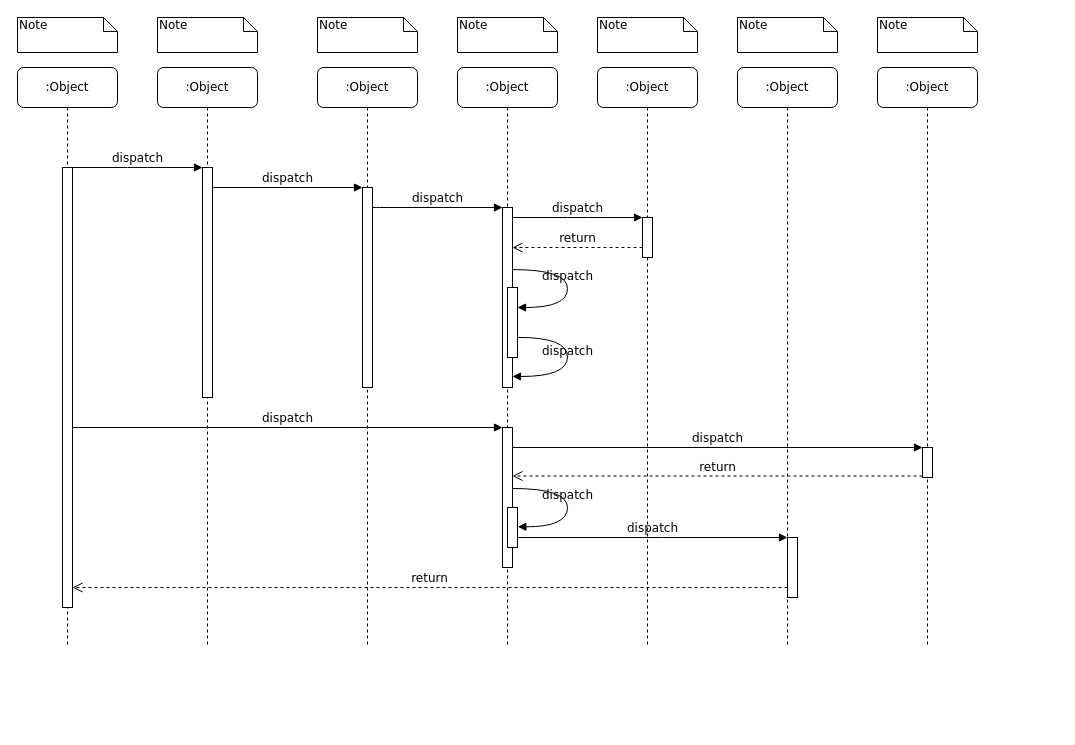
Above: Untitled Diagram.drawio in huunhan312/CodeDiagram (draw.io), before the change. Source tidied: cells renumbered, new cells numbered last; positions are measured from the earlier drawing's top-left corner, leaving out a move shared by most shapes. Both pictures are drawn from the tidied source at 100%, with x=0, y=0 at pixel (17, 17).
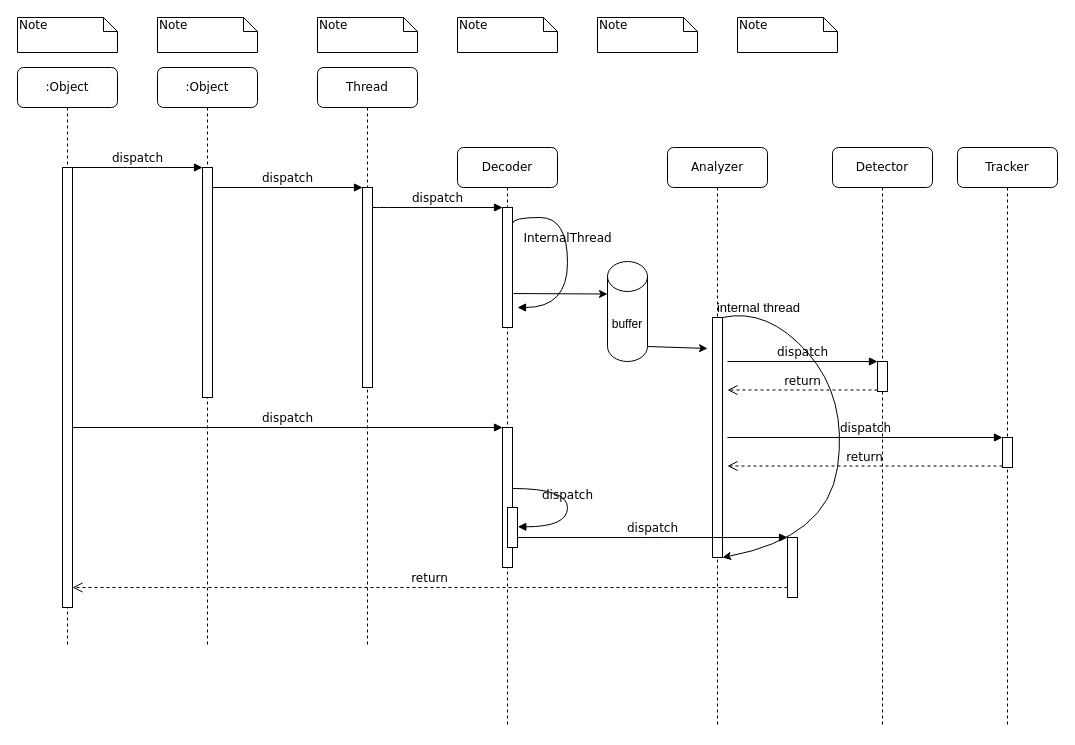
Above is the later version.

The change refers to these unchanged cells:
```xml
<mxCell id="17" style="html=1;points=[];perimeter=orthogonalPerimeter;rounded=0;shadow=0;comic=0;labelBackgroundColor=none;strokeWidth=1;fontFamily=Verdana;fontSize=12;align=center;" parent="1" vertex="1">
  <mxGeometry x="485" y="410" width="10" height="140" as="geometry" />
</mxCell>
```

Change to the diagram source:
```diff
@@
-    <mxCell id="4" value=":Object" style="shape=umlLifeline;perimeter=lifelinePerimeter;whiteSpace=wrap;html=1;rounded=1;shadow=0;comic=0;labelBackgroundColor=none;strokeWidth=1;fontFamily=Verdana;fontSize=12;align=center;" parent="1" vertex="1">
+    <mxCell id="4" value="Thread" style="shape=umlLifeline;perimeter=lifelinePerimeter;whiteSpace=wrap;html=1;rounded=1;shadow=0;comic=0;labelBackgroundColor=none;strokeWidth=1;fontFamily=Verdana;fontSize=12;align=center;" parent="1" vertex="1">
       <mxGeometry x="300" y="50" width="100" height="580" as="geometry" />
     </mxCell>
@@
-    <mxCell id="6" value=":Object" style="shape=umlLifeline;perimeter=lifelinePerimeter;whiteSpace=wrap;html=1;rounded=1;shadow=0;comic=0;labelBackgroundColor=none;strokeWidth=1;fontFamily=Verdana;fontSize=12;align=center;" parent="1" vertex="1">
-      <mxGeometry x="440" y="50" width="100" height="580" as="geometry" />
+    <mxCell id="6" value="Decoder" style="shape=umlLifeline;perimeter=lifelinePerimeter;whiteSpace=wrap;html=1;rounded=1;shadow=0;comic=0;labelBackgroundColor=none;strokeWidth=1;fontFamily=Verdana;fontSize=12;align=center;" parent="1" vertex="1">
+      <mxGeometry x="440" y="130" width="100" height="580" as="geometry" />
     </mxCell>
-    <mxCell id="7" value=":Object" style="shape=umlLifeline;perimeter=lifelinePerimeter;whiteSpace=wrap;html=1;rounded=1;shadow=0;comic=0;labelBackgroundColor=none;strokeWidth=1;fontFamily=Verdana;fontSize=12;align=center;" parent="1" vertex="1">
-      <mxGeometry x="580" y="50" width="100" height="580" as="geometry" />
+    <mxCell id="7" value="Analyzer" style="shape=umlLifeline;perimeter=lifelinePerimeter;whiteSpace=wrap;html=1;rounded=1;shadow=0;comic=0;labelBackgroundColor=none;strokeWidth=1;fontFamily=Verdana;fontSize=12;align=center;" parent="1" vertex="1">
+      <mxGeometry x="650" y="130" width="100" height="580" as="geometry" />
     </mxCell>
+    <mxCell id="39" style="html=1;points=[];perimeter=orthogonalPerimeter;rounded=0;shadow=0;comic=0;labelBackgroundColor=none;strokeWidth=1;fontFamily=Verdana;fontSize=12;align=center;" parent="7" vertex="1">
+      <mxGeometry x="45" y="170" width="10" height="240" as="geometry" />
+    </mxCell>
+    <mxCell id="40" value="&lt;font style=&quot;font-size: 13px&quot;&gt;internal thread&lt;/font&gt;" style="curved=1;endArrow=classic;html=1;entryX=1;entryY=1;entryDx=0;entryDy=0;entryPerimeter=0;labelBackgroundColor=none;" parent="7" edge="1" source="39" target="39">
+      <mxGeometry x="-0.82" y="2" relative="1" as="geometry">
+        <Array as="points">
+          <mxPoint x="100" y="160" />
+          <mxPoint x="180" y="250" />
+          <mxPoint x="160" y="390" />
+        </Array>
+      </mxGeometry>
+    </mxCell>
-    <mxCell id="8" value=":Object" style="shape=umlLifeline;perimeter=lifelinePerimeter;whiteSpace=wrap;html=1;rounded=1;shadow=0;comic=0;labelBackgroundColor=none;strokeWidth=1;fontFamily=Verdana;fontSize=12;align=center;" parent="1" vertex="1">
-      <mxGeometry x="720" y="50" width="100" height="580" as="geometry" />
+    <mxCell id="8" value="Detector" style="shape=umlLifeline;perimeter=lifelinePerimeter;whiteSpace=wrap;html=1;rounded=1;shadow=0;comic=0;labelBackgroundColor=none;strokeWidth=1;fontFamily=Verdana;fontSize=12;align=center;" parent="1" vertex="1">
+      <mxGeometry x="815" y="130" width="100" height="580" as="geometry" />
     </mxCell>
-    <mxCell id="9" value=":Object" style="shape=umlLifeline;perimeter=lifelinePerimeter;whiteSpace=wrap;html=1;rounded=1;shadow=0;comic=0;labelBackgroundColor=none;strokeWidth=1;fontFamily=Verdana;fontSize=12;align=center;" parent="1" vertex="1">
-      <mxGeometry x="860" y="50" width="100" height="580" as="geometry" />
-    </mxCell>
@@
     <mxCell id="12" style="html=1;points=[];perimeter=orthogonalPerimeter;rounded=0;shadow=0;comic=0;labelBackgroundColor=none;strokeWidth=1;fontFamily=Verdana;fontSize=12;align=center;" parent="1" vertex="1">
-      <mxGeometry x="485" y="190" width="10" height="180" as="geometry" />
+      <mxGeometry x="485" y="190" width="10" height="120" as="geometry" />
     </mxCell>
@@
-    <mxCell id="14" style="html=1;points=[];perimeter=orthogonalPerimeter;rounded=0;shadow=0;comic=0;labelBackgroundColor=none;strokeWidth=1;fontFamily=Verdana;fontSize=12;align=center;" parent="1" vertex="1">
-      <mxGeometry x="625" y="200" width="10" height="40" as="geometry" />
-    </mxCell>
-    <mxCell id="15" value="dispatch" style="html=1;verticalAlign=bottom;endArrow=block;entryX=0;entryY=0;labelBackgroundColor=none;fontFamily=Verdana;fontSize=12;edgeStyle=elbowEdgeStyle;elbow=vertical;" parent="1" edge="1" source="12" target="14">
-      <mxGeometry relative="1" as="geometry" />
-    </mxCell>
-    <mxCell id="16" value="return" style="html=1;verticalAlign=bottom;endArrow=open;dashed=1;endSize=8;labelBackgroundColor=none;fontFamily=Verdana;fontSize=12;edgeStyle=elbowEdgeStyle;elbow=vertical;" parent="1" edge="1" source="14" target="12">
-      <mxGeometry relative="1" as="geometry">
-        <Array as="points">
-          <mxPoint x="570" y="230" />
-          <mxPoint x="600" y="230" />
-        </Array>
-      </mxGeometry>
-    </mxCell>
@@
-    <mxCell id="19" style="html=1;points=[];perimeter=orthogonalPerimeter;rounded=0;shadow=0;comic=0;labelBackgroundColor=none;strokeColor=#000000;strokeWidth=1;fillColor=#FFFFFF;fontFamily=Verdana;fontSize=12;fontColor=#000000;align=center;" parent="1" vertex="1">
-      <mxGeometry x="905" y="430" width="10" height="30" as="geometry" />
-    </mxCell>
-    <mxCell id="20" value="dispatch" style="html=1;verticalAlign=bottom;endArrow=block;entryX=0;entryY=0;labelBackgroundColor=none;fontFamily=Verdana;fontSize=12;" parent="1" edge="1" source="17" target="19">
-      <mxGeometry relative="1" as="geometry" />
-    </mxCell>
-    <mxCell id="21" value="return" style="html=1;verticalAlign=bottom;endArrow=open;dashed=1;endSize=8;exitX=0;exitY=0.95;labelBackgroundColor=none;fontFamily=Verdana;fontSize=12;" parent="1" edge="1" source="19" target="17">
-      <mxGeometry relative="1" as="geometry" />
-    </mxCell>
@@
-    <mxCell id="27" style="html=1;points=[];perimeter=orthogonalPerimeter;rounded=0;shadow=0;comic=0;labelBackgroundColor=none;strokeWidth=1;fontFamily=Verdana;fontSize=12;align=center;" parent="1" vertex="1">
-      <mxGeometry x="490" y="270" width="10" height="70" as="geometry" />
-    </mxCell>
-    <mxCell id="28" value="dispatch" style="html=1;verticalAlign=bottom;endArrow=block;labelBackgroundColor=none;fontFamily=Verdana;fontSize=12;elbow=vertical;edgeStyle=orthogonalEdgeStyle;curved=1;entryX=1;entryY=0.286;entryPerimeter=0;exitX=1.038;exitY=0.345;exitPerimeter=0;" parent="1" edge="1" source="12" target="27">
-      <mxGeometry relative="1" as="geometry">
+    <mxCell id="28" value="InternalThread" style="html=1;verticalAlign=bottom;endArrow=block;labelBackgroundColor=none;fontFamily=Verdana;fontSize=12;elbow=vertical;edgeStyle=orthogonalEdgeStyle;curved=1;entryX=1;entryY=0.286;entryPerimeter=0;exitX=1;exitY=0.133;exitPerimeter=0;exitDx=0;exitDy=0;" parent="1" edge="1" source="12">
+      <mxGeometry x="-0.09" relative="1" as="geometry">
+        <mxPoint x="500" y="290" as="targetPoint" />
         <Array as="points">
-          <mxPoint x="550" y="252" />
+          <mxPoint x="495" y="200" />
+          <mxPoint x="550" y="200" />
           <mxPoint x="550" y="290" />
         </Array>
       </mxGeometry>
     </mxCell>
-    <mxCell id="29" value="dispatch" style="html=1;verticalAlign=bottom;endArrow=block;labelBackgroundColor=none;fontFamily=Verdana;fontSize=12;elbow=vertical;edgeStyle=orthogonalEdgeStyle;curved=1;exitX=1.066;exitY=0.713;exitPerimeter=0;" parent="1" edge="1" source="27">
-      <mxGeometry relative="1" as="geometry">
-        <mxPoint x="495" y="359" as="targetPoint" />
-        <Array as="points">
-          <mxPoint x="550" y="320" />
-          <mxPoint x="550" y="359" />
-        </Array>
-      </mxGeometry>
-    </mxCell>
@@
-    <mxCell id="38" value="Note" style="shape=note;whiteSpace=wrap;html=1;size=14;verticalAlign=top;align=left;spacingTop=-6;rounded=0;shadow=0;comic=0;labelBackgroundColor=none;strokeWidth=1;fontFamily=Verdana;fontSize=12;" parent="1" vertex="1">
-      <mxGeometry x="860" width="100" height="35" as="geometry" />
-    </mxCell>
+    <mxCell id="41" value="buffer" style="shape=cylinder3;whiteSpace=wrap;html=1;boundedLbl=1;backgroundOutline=1;size=15;" parent="1" vertex="1">
+      <mxGeometry x="590" y="244" width="40" height="100" as="geometry" />
+    </mxCell>
+    <mxCell id="42" style="endArrow=classic;html=1;labelBackgroundColor=none;entryX=0;entryY=0;entryDx=0;entryDy=32.5;entryPerimeter=0;exitX=1.1;exitY=0.717;exitDx=0;exitDy=0;exitPerimeter=0;" parent="1" edge="1" source="12" target="41">
+      <mxGeometry relative="1" as="geometry" />
+    </mxCell>
+    <mxCell id="43" style="endArrow=classic;html=1;labelBackgroundColor=none;exitX=1;exitY=1;exitDx=0;exitDy=-15;exitPerimeter=0;entryX=-0.5;entryY=0.129;entryDx=0;entryDy=0;entryPerimeter=0;" parent="1" edge="1" source="41" target="39">
+      <mxGeometry relative="1" as="geometry" />
+    </mxCell>
+    <mxCell id="44" style="html=1;points=[];perimeter=orthogonalPerimeter;rounded=0;shadow=0;comic=0;labelBackgroundColor=none;strokeColor=#000000;strokeWidth=1;fillColor=#FFFFFF;fontFamily=Verdana;fontSize=12;fontColor=#000000;align=center;" parent="1" vertex="1">
+      <mxGeometry x="860" y="344" width="10" height="30" as="geometry" />
+    </mxCell>
+    <mxCell id="45" value="dispatch" style="html=1;verticalAlign=bottom;endArrow=block;entryX=0;entryY=0;labelBackgroundColor=none;fontFamily=Verdana;fontSize=12;" parent="1" edge="1" target="44">
+      <mxGeometry relative="1" as="geometry">
+        <mxPoint x="710" y="344" as="sourcePoint" />
+      </mxGeometry>
+    </mxCell>
+    <mxCell id="46" value="return" style="html=1;verticalAlign=bottom;endArrow=open;dashed=1;endSize=8;exitX=0;exitY=0.95;labelBackgroundColor=none;fontFamily=Verdana;fontSize=12;" parent="1" edge="1" source="44">
+      <mxGeometry relative="1" as="geometry">
+        <mxPoint x="710" y="372.5" as="targetPoint" />
+      </mxGeometry>
+    </mxCell>
+    <mxCell id="47" value="dispatch" style="html=1;verticalAlign=bottom;endArrow=block;entryX=0;entryY=0;labelBackgroundColor=none;fontFamily=Verdana;fontSize=12;" parent="1" edge="1" target="50">
+      <mxGeometry relative="1" as="geometry">
+        <mxPoint x="710" y="420" as="sourcePoint" />
+      </mxGeometry>
+    </mxCell>
+    <mxCell id="48" value="return" style="html=1;verticalAlign=bottom;endArrow=open;dashed=1;endSize=8;exitX=0;exitY=0.95;labelBackgroundColor=none;fontFamily=Verdana;fontSize=12;" parent="1" edge="1" source="50">
+      <mxGeometry relative="1" as="geometry">
+        <mxPoint x="710" y="448.5" as="targetPoint" />
+      </mxGeometry>
+    </mxCell>
+    <mxCell id="49" value="Tracker" style="shape=umlLifeline;perimeter=lifelinePerimeter;whiteSpace=wrap;html=1;rounded=1;shadow=0;comic=0;labelBackgroundColor=none;strokeWidth=1;fontFamily=Verdana;fontSize=12;align=center;" parent="1" vertex="1">
+      <mxGeometry x="940" y="130" width="100" height="580" as="geometry" />
+    </mxCell>
+    <mxCell id="50" style="html=1;points=[];perimeter=orthogonalPerimeter;rounded=0;shadow=0;comic=0;labelBackgroundColor=none;strokeColor=#000000;strokeWidth=1;fillColor=#FFFFFF;fontFamily=Verdana;fontSize=12;fontColor=#000000;align=center;" parent="49" vertex="1">
+      <mxGeometry x="45" y="290" width="10" height="30" as="geometry" />
+    </mxCell>
```
